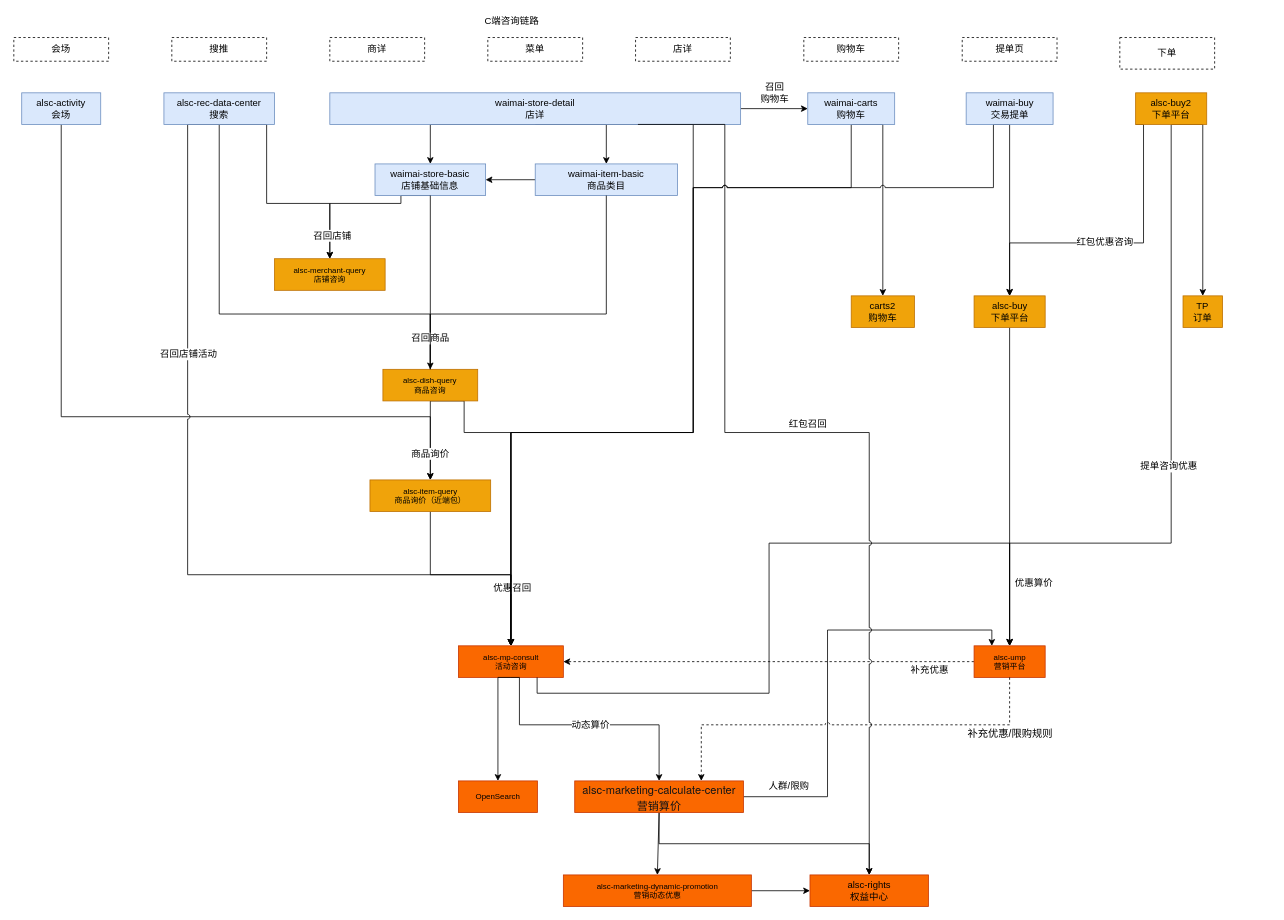
This is page "C端咨询链路" (2 of 2) of 营销业务梳理.drawio from jon-kong/draw.io, a draw.io file, before an edit. Source tidied: cells renumbered, new cells numbered last; positions are measured from the earlier drawing's top-left corner, leaving out a move shared by most shapes. Both pictures are drawn from the tidied source at 79%, with x=0, y=0 at pixel (13, 13).
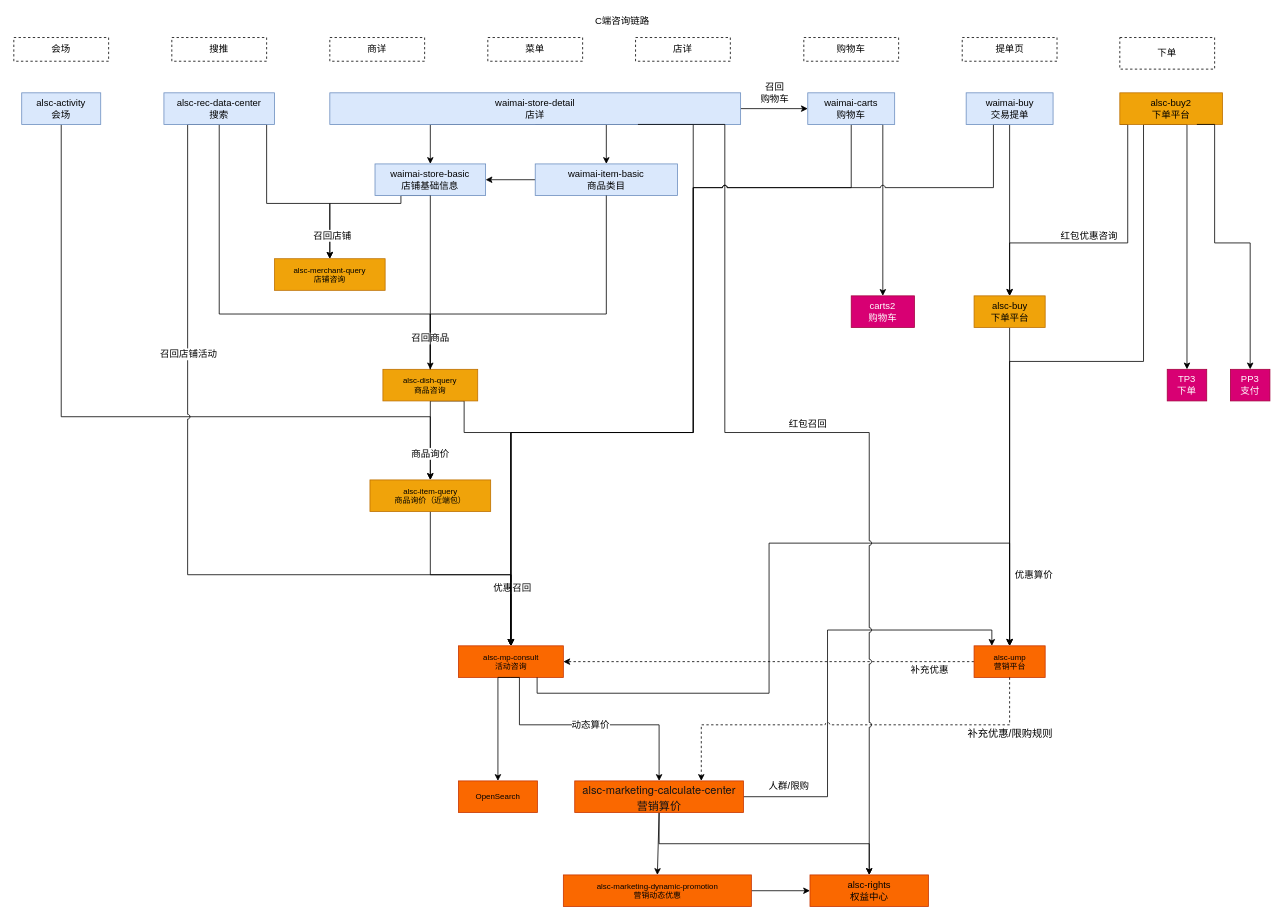
Above is the later version.

Commit message (it also covers changes not shown here):
Update 营销业务梳理.drawio

Unchanged cells that the change refers to:
```xml
<mxCell id="32" value="alsc-ump&lt;br&gt;营销平台" style="rounded=0;fontSize=10;labelBackgroundColor=none;html=1;whiteSpace=wrap;fillColor=#fa6800;fontColor=#000000;strokeColor=#C73500;" parent="1" vertex="1">
  <mxGeometry x="1215.5" y="800" width="90" height="40" as="geometry" />
</mxCell>
<mxCell id="42" style="endArrow=classic;html=1;rounded=0;fontSize=12;exitX=0.75;exitY=1;exitDx=0;exitDy=0;entryX=0.5;entryY=0;entryDx=0;entryDy=0;edgeStyle=orthogonalEdgeStyle;" parent="1" edge="1" source="4" target="32">
  <mxGeometry relative="1" as="geometry">
    <Array as="points">
      <mxPoint x="662" y="860" />
      <mxPoint x="956" y="860" />
      <mxPoint x="956" y="670" />
      <mxPoint x="1261" y="670" />
    </Array>
  </mxGeometry>
</mxCell>
<mxCell id="63" value="alsc-buy&lt;br style=&quot;font-size: 12px&quot;&gt;下单平台" style="rounded=0;fontSize=12;labelBackgroundColor=none;html=1;whiteSpace=wrap;fillColor=#f0a30a;fontColor=#000000;strokeColor=#BD7000;" parent="1" vertex="1">
  <mxGeometry x="1215.5" y="357" width="90" height="40" as="geometry" />
</mxCell>
```

Diff of the diagram source:
```diff
@@
     <mxCell id="5" value="C端咨询链路" style="text;html=1;align=center;verticalAlign=middle;strokeColor=none;fillColor=none;fontSize=12;" parent="1" vertex="1">
-      <mxGeometry x="580" width="100" height="20" as="geometry" />
+      <mxGeometry x="720" width="100" height="20" as="geometry" />
     </mxCell>
@@
     <mxCell id="43" value="优惠算价" style="edgeLabel;html=1;align=center;verticalAlign=middle;fontSize=12;" parent="42" vertex="1">
       <mxGeometry x="-0.05" y="1" relative="1" as="geometry">
-        <mxPoint x="335" y="-7" as="offset" />
+        <mxPoint x="335" y="-17" as="offset" />
       </mxGeometry>
     </mxCell>
@@
     <mxCell id="52" style="edgeStyle=orthogonalEdgeStyle;rounded=0;jettySize=auto;html=1;exitX=0.5;exitY=1;exitDx=0;exitDy=0;fontSize=12;entryX=0.5;entryY=0;entryDx=0;entryDy=0;" parent="1" edge="1" source="57" target="32">
       <mxGeometry relative="1" as="geometry">
         <Array as="points">
-          <mxPoint x="1465" y="670" />
-          <mxPoint x="1261" y="670" />
+          <mxPoint x="1430" y="140" />
+          <mxPoint x="1430" y="440" />
+          <mxPoint x="1261" y="440" />
         </Array>
       </mxGeometry>
     </mxCell>
-    <mxCell id="53" value="提单咨询优惠" style="edgeLabel;html=1;align=center;verticalAlign=middle;fontSize=12;" parent="52" vertex="1">
-      <mxGeometry y="-4" relative="1" as="geometry" />
-    </mxCell>
     <mxCell id="54" style="rounded=0;jettySize=auto;html=1;fontSize=12;exitX=0.5;exitY=1;exitDx=0;exitDy=0;entryX=0.5;entryY=0;entryDx=0;entryDy=0;edgeStyle=orthogonalEdgeStyle;" parent="1" edge="1" source="57" target="65">
       <mxGeometry relative="1" as="geometry">
         <Array as="points">
-          <mxPoint x="1505" y="140" />
+          <mxPoint x="1485" y="140" />
         </Array>
       </mxGeometry>
     </mxCell>
     <mxCell id="55" style="edgeStyle=orthogonalEdgeStyle;rounded=0;jettySize=auto;html=1;exitX=0;exitY=1;exitDx=0;exitDy=0;entryX=0.5;entryY=0;entryDx=0;entryDy=0;fontSize=12;" parent="1" edge="1" source="57" target="63">
       <mxGeometry relative="1" as="geometry">
         <Array as="points">
-          <mxPoint x="1430" y="140" />
-          <mxPoint x="1430" y="290" />
+          <mxPoint x="1410" y="140" />
+          <mxPoint x="1410" y="290" />
           <mxPoint x="1261" y="290" />
         </Array>
       </mxGeometry>
     </mxCell>
@@
     <mxCell id="57" value="alsc-buy2&lt;br style=&quot;font-size: 12px&quot;&gt;下单平台" style="rounded=0;fontSize=12;labelBackgroundColor=none;html=1;whiteSpace=wrap;fillColor=#f0a30a;fontColor=#000000;strokeColor=#BD7000;" parent="1" vertex="1">
-      <mxGeometry x="1420" y="100" width="90" height="40" as="geometry" />
+      <mxGeometry x="1400" y="100" width="130" height="40" as="geometry" />
     </mxCell>
@@
-    <mxCell id="61" value="carts2&lt;br style=&quot;font-size: 12px&quot;&gt;购物车" style="rounded=0;fontSize=12;labelBackgroundColor=none;html=1;whiteSpace=wrap;fillColor=#f0a30a;fontColor=#000000;strokeColor=#BD7000;" parent="1" vertex="1">
+    <mxCell id="61" value="carts2&lt;br style=&quot;font-size: 12px&quot;&gt;购物车" style="rounded=0;fontSize=12;labelBackgroundColor=none;html=1;whiteSpace=wrap;fillColor=#d80073;fontColor=#ffffff;strokeColor=#A50040;" parent="1" vertex="1">
       <mxGeometry x="1060" y="357" width="80" height="40" as="geometry" />
     </mxCell>
@@
-    <mxCell id="65" value="TP&lt;br style=&quot;font-size: 12px&quot;&gt;订单" style="rounded=0;fontSize=12;labelBackgroundColor=none;html=1;whiteSpace=wrap;fillColor=#f0a30a;fontColor=#000000;strokeColor=#BD7000;" parent="1" vertex="1">
-      <mxGeometry x="1480" y="357" width="50" height="40" as="geometry" />
+    <mxCell id="65" value="TP3&lt;br style=&quot;font-size: 12px&quot;&gt;下单" style="rounded=0;fontSize=12;labelBackgroundColor=none;html=1;whiteSpace=wrap;fillColor=#d80073;fontColor=#ffffff;strokeColor=#A50040;" parent="1" vertex="1">
+      <mxGeometry x="1460" y="450" width="50" height="40" as="geometry" />
     </mxCell>
@@
+    <mxCell id="77" value="PP3&lt;br style=&quot;font-size: 12px&quot;&gt;支付" style="rounded=0;fontSize=12;labelBackgroundColor=none;html=1;whiteSpace=wrap;fillColor=#d80073;fontColor=#ffffff;strokeColor=#A50040;" parent="1" vertex="1">
+      <mxGeometry x="1540" y="450" width="50" height="40" as="geometry" />
+    </mxCell>
+    <mxCell id="78" style="rounded=0;jettySize=auto;html=1;fontSize=12;exitX=0.75;exitY=1;exitDx=0;exitDy=0;entryX=0.5;entryY=0;entryDx=0;entryDy=0;edgeStyle=orthogonalEdgeStyle;" parent="1" edge="1" source="57" target="77">
+      <mxGeometry relative="1" as="geometry">
+        <Array as="points">
+          <mxPoint x="1520" y="140" />
+          <mxPoint x="1520" y="290" />
+          <mxPoint x="1565" y="290" />
+        </Array>
+      </mxGeometry>
+    </mxCell>
```
